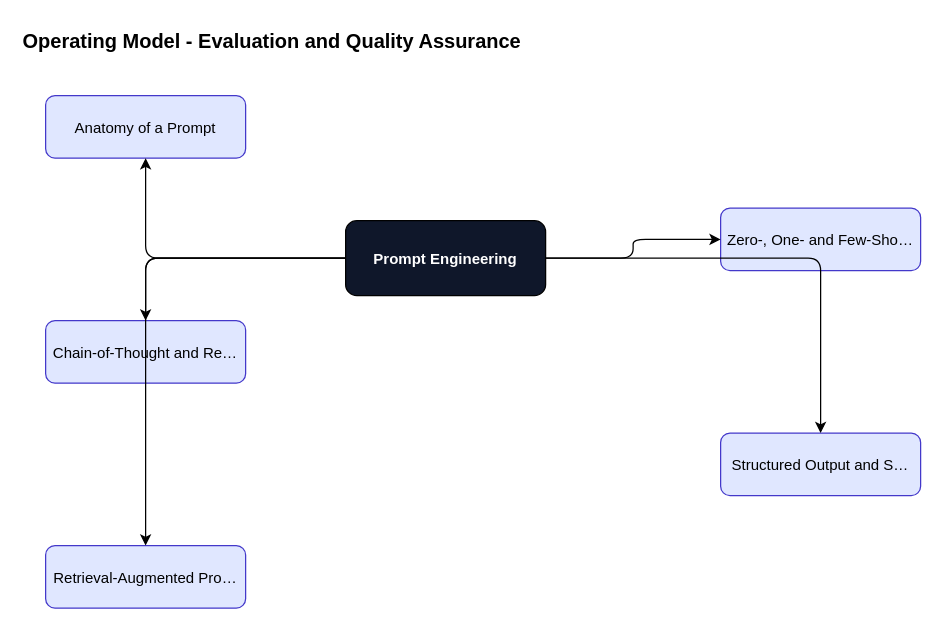
Above: content/prompt-engineering/prompt-engineering-foundations/diagrams/fig-025-operating-model.drawio in ankit05121980/AI-University (draw.io), before the change. Source tidied: cells renumbered, new cells numbered last; positions are measured from the earlier drawing's top-left corner, leaving out a move shared by most shapes. Both pictures are drawn from the tidied source at 125%, with x=0, y=0 at pixel (20, 20).
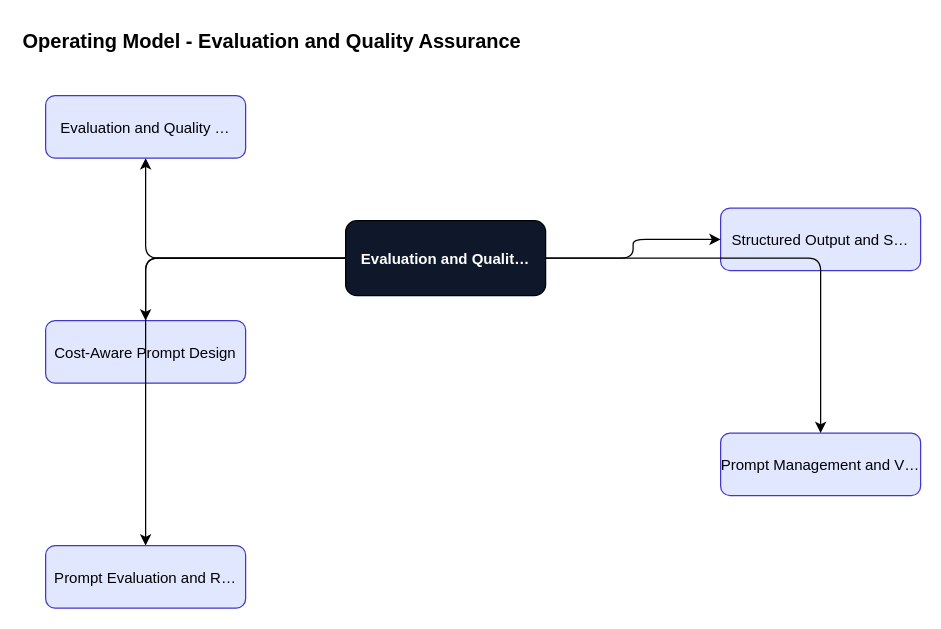
Above is the later version.

What changed in the source:
```diff
@@
 <mxGraphModel>
   <root>
     <mxCell id="0" />
     <mxCell id="1" parent="0" />
     <mxCell id="2" value="Operating Model - Evaluation and Quality Assurance" style="text;fontSize=16;fontStyle=1;" parent="1" vertex="1">
       <mxGeometry width="600" height="30" as="geometry" />
     </mxCell>
-    <mxCell id="3" value="Prompt Engineering" style="rounded=1;fillColor=#0f172a;fontColor=#ffffff;fontStyle=1;" parent="1" vertex="1">
+    <mxCell id="3" value="Evaluation and Qualit…" style="rounded=1;fillColor=#0f172a;fontColor=#ffffff;fontStyle=1;" parent="1" vertex="1">
       <mxGeometry x="260" y="160" width="160" height="60" as="geometry" />
     </mxCell>
-    <mxCell id="4" value="Anatomy of a Prompt" style="rounded=1;fillColor=#e0e7ff;strokeColor=#4338ca;" parent="1" vertex="1">
+    <mxCell id="4" value="Evaluation and Quality …" style="rounded=1;fillColor=#e0e7ff;strokeColor=#4338ca;" parent="1" vertex="1">
       <mxGeometry x="20" y="60" width="160" height="50" as="geometry" />
     </mxCell>
     <mxCell id="5" style="edgeStyle=orthogonalEdgeStyle;" parent="1" edge="1" source="3" target="4">
       <mxGeometry relative="1" as="geometry" />
     </mxCell>
-    <mxCell id="6" value="Zero-, One- and Few-Sho…" style="rounded=1;fillColor=#e0e7ff;strokeColor=#4338ca;" parent="1" vertex="1">
+    <mxCell id="6" value="Structured Output and S…" style="rounded=1;fillColor=#e0e7ff;strokeColor=#4338ca;" parent="1" vertex="1">
       <mxGeometry x="560" y="150" width="160" height="50" as="geometry" />
     </mxCell>
     <mxCell id="7" style="edgeStyle=orthogonalEdgeStyle;" parent="1" edge="1" source="3" target="6">
       <mxGeometry relative="1" as="geometry" />
     </mxCell>
-    <mxCell id="8" value="Chain-of-Thought and Re…" style="rounded=1;fillColor=#e0e7ff;strokeColor=#4338ca;" parent="1" vertex="1">
+    <mxCell id="8" value="Cost-Aware Prompt Design" style="rounded=1;fillColor=#e0e7ff;strokeColor=#4338ca;" parent="1" vertex="1">
       <mxGeometry x="20" y="240" width="160" height="50" as="geometry" />
     </mxCell>
     <mxCell id="9" style="edgeStyle=orthogonalEdgeStyle;" parent="1" edge="1" source="3" target="8">
       <mxGeometry relative="1" as="geometry" />
     </mxCell>
-    <mxCell id="10" value="Structured Output and S…" style="rounded=1;fillColor=#e0e7ff;strokeColor=#4338ca;" parent="1" vertex="1">
+    <mxCell id="10" value="Prompt Management and V…" style="rounded=1;fillColor=#e0e7ff;strokeColor=#4338ca;" parent="1" vertex="1">
       <mxGeometry x="560" y="330" width="160" height="50" as="geometry" />
     </mxCell>
     <mxCell id="11" style="edgeStyle=orthogonalEdgeStyle;" parent="1" edge="1" source="3" target="10">
       <mxGeometry relative="1" as="geometry" />
     </mxCell>
-    <mxCell id="12" value="Retrieval-Augmented Pro…" style="rounded=1;fillColor=#e0e7ff;strokeColor=#4338ca;" parent="1" vertex="1">
+    <mxCell id="12" value="Prompt Evaluation and R…" style="rounded=1;fillColor=#e0e7ff;strokeColor=#4338ca;" parent="1" vertex="1">
       <mxGeometry x="20" y="420" width="160" height="50" as="geometry" />
     </mxCell>
     <mxCell id="13" style="edgeStyle=orthogonalEdgeStyle;" parent="1" edge="1" source="3" target="12">
       <mxGeometry relative="1" as="geometry" />
     </mxCell>
   </root>
 </mxGraphModel>
```
